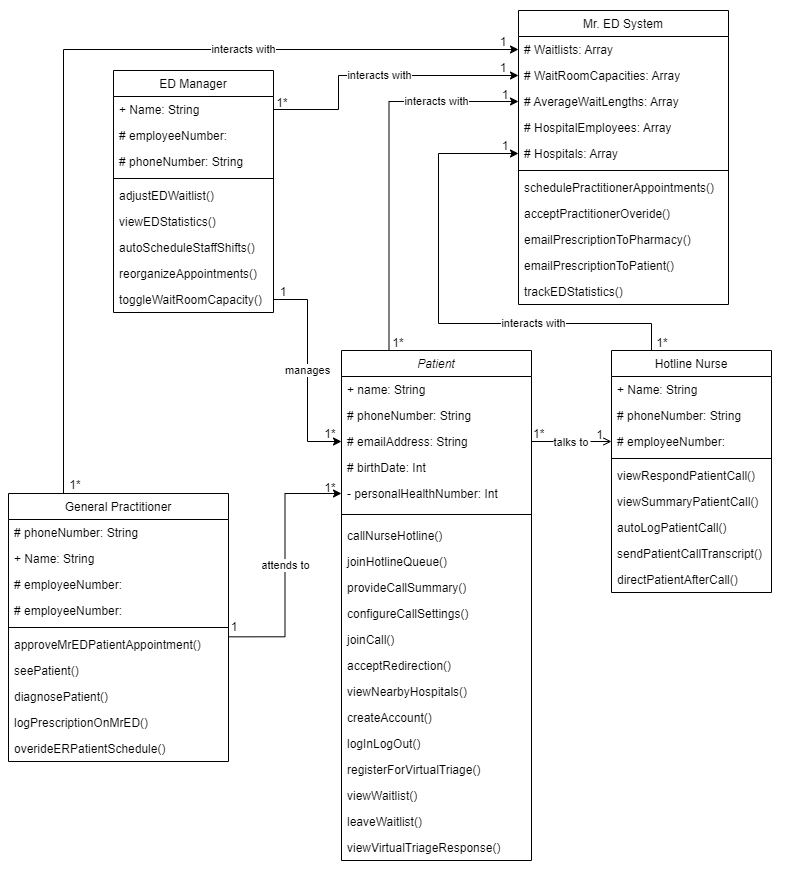
SENG-350-2024-fall/Team9 keeps this draw.io diagram as AmirWork/M2/Mister_ED_ClassDiagram.drawio.png. Above is the earlier version. Source tidied: cells renumbered, new cells last; positions are measured from the earlier drawing's top-left corner, leaving out a move shared by most shapes.
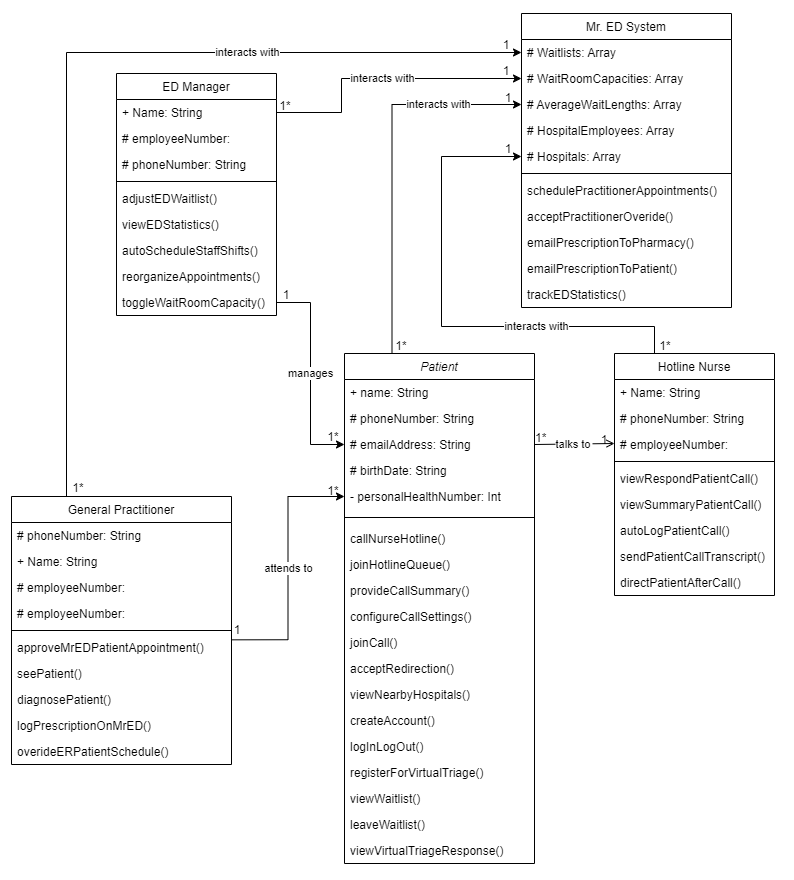
The same file after the commit.

Diff of the diagram source:
```diff
@@ -30,7 +30,7 @@
     <mxCell id="9" value="# emailAddress: String" style="text;align=left;verticalAlign=top;spacingLeft=4;spacingRight=4;overflow=hidden;points=[[0,0.5],[1,0.5]];portConstraint=eastwest;rounded=0;shadow=0;html=0;" parent="6" vertex="1">
       <mxGeometry y="78" width="190" height="26" as="geometry" />
     </mxCell>
-    <mxCell id="10" value="# birthDate: Int" style="text;align=left;verticalAlign=top;spacingLeft=4;spacingRight=4;overflow=hidden;" parent="6" vertex="1">
+    <mxCell id="10" value="# birthDate: String" style="text;align=left;verticalAlign=top;spacingLeft=4;spacingRight=4;overflow=hidden;" parent="6" vertex="1">
       <mxGeometry y="104" width="190" height="26" as="geometry" />
     </mxCell>
     <mxCell id="11" value="- personalHealthNumber: Int" style="text;align=left;verticalAlign=top;spacingLeft=4;spacingRight=4;overflow=hidden;points=[[0,0.5],[1,0.5]];portConstraint=eastwest;" parent="6" vertex="1">
```
